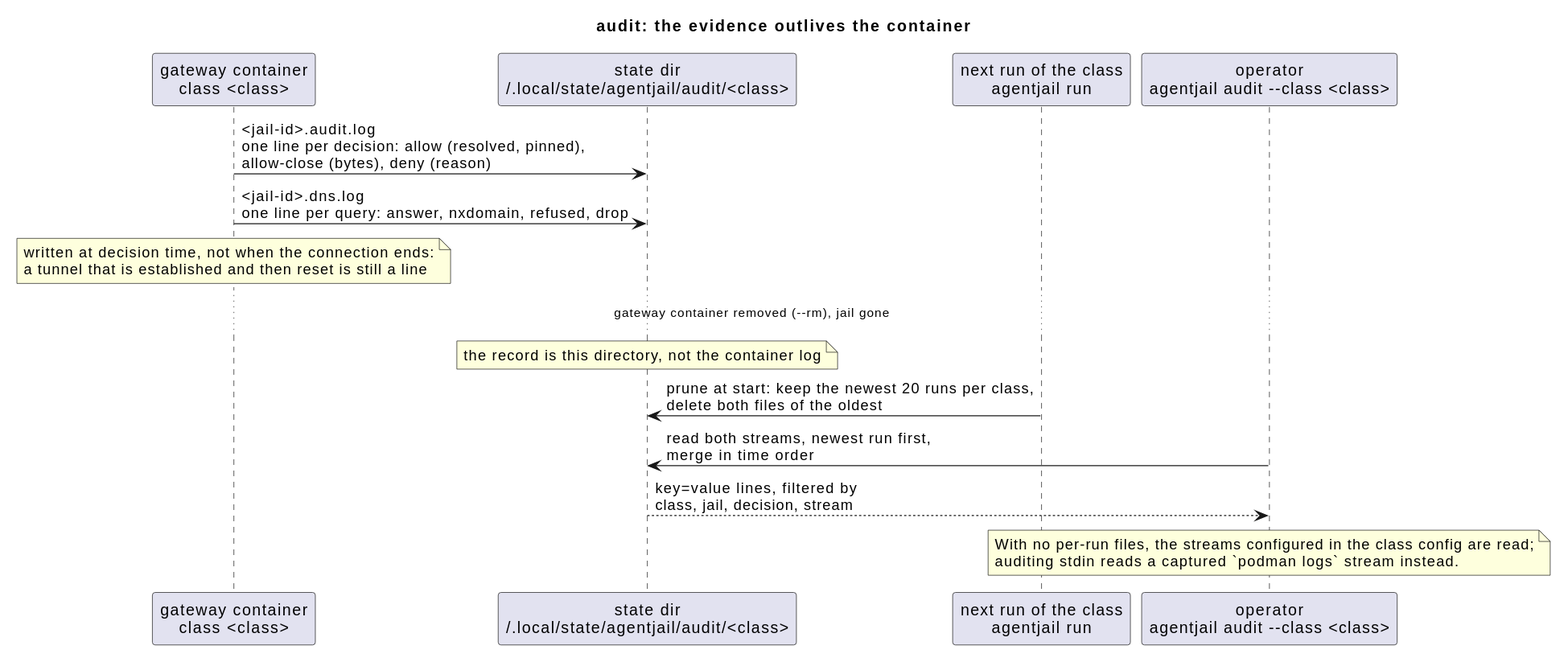
The PlantUML diagram docs/diagrams/audit-readback.svg in Breinich/agentjail, before a commit.
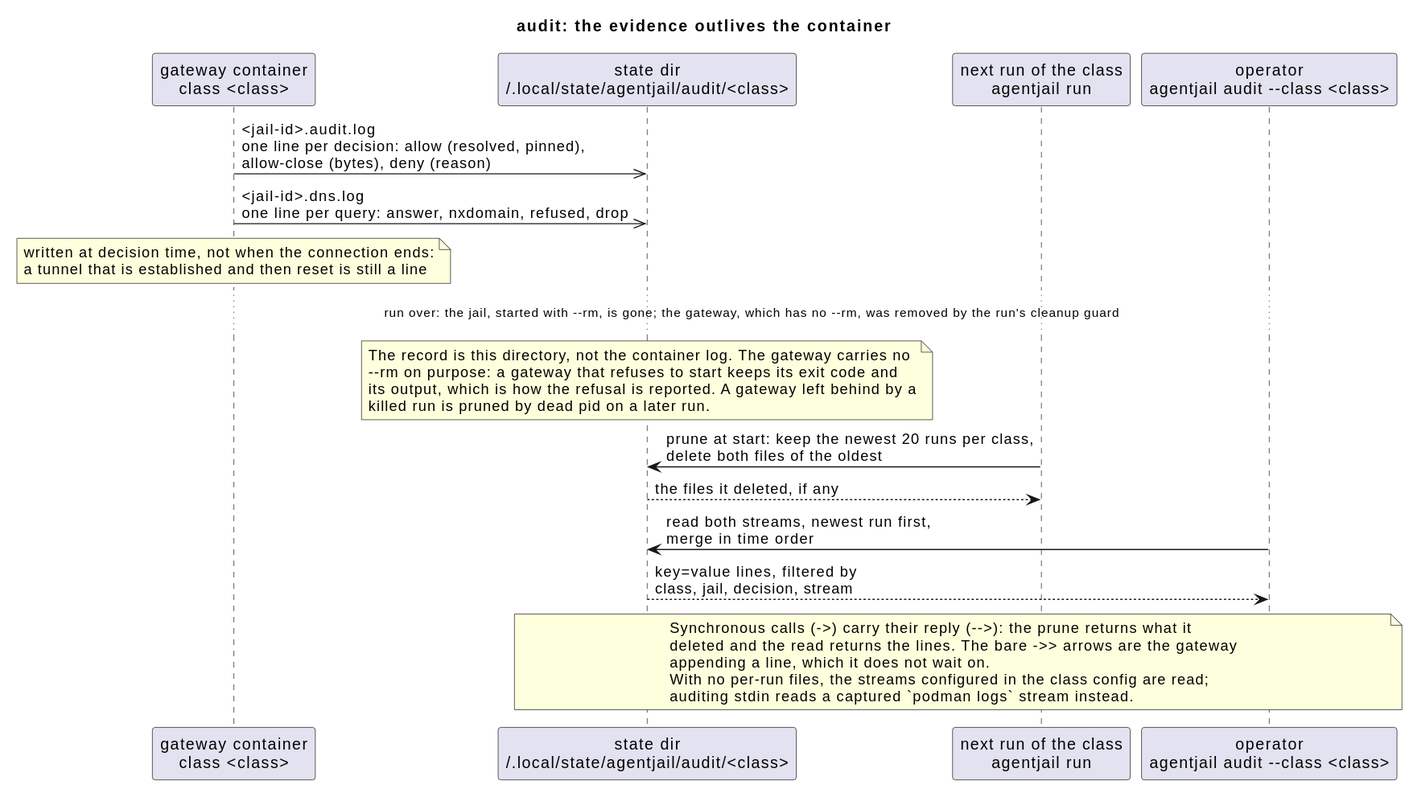
Above is the later version.

The edit, as a diff of the source:
```diff
@@ -6,15 +6,24 @@
 participant "next run of the class\nagentjail run" as R
 participant "operator\nagentjail audit &#45;&#45;class <class>" as A
 
-G -> S : <jail-id>.audit.log\none line per decision: allow (resolved, pinned),\nallow-close (bytes), deny (reason)
-G -> S : <jail-id>.dns.log\none line per query: answer, nxdomain, refused, drop
+G ->> S : <jail-id>.audit.log\none line per decision: allow (resolved, pinned),\nallow-close (bytes), deny (reason)
+G ->> S : <jail-id>.dns.log\none line per query: answer, nxdomain, refused, drop
 note over G : written at decision time, not when the connection ends:\na tunnel that is established and then reset is still a line
-... gateway container removed (&#45;&#45;rm), jail gone ...
-note over S : the record is this directory, not the container log
+... run over: the jail, started with &#45;&#45;rm, is gone; the gateway, which has no &#45;&#45;rm, was removed by the run's cleanup guard ...
+note over S
+  The record is this directory, not the container log. The gateway carries no
+  &#45;&#45;rm on purpose: a gateway that refuses to start keeps its exit code and
+  its output, which is how the refusal is reported. A gateway left behind by a
+  killed run is pruned by dead pid on a later run.
+end note
 R -> S : prune at start: keep the newest 20 runs per class,\ndelete both files of the oldest
+S --> R : the files it deleted, if any
 A -> S : read both streams, newest run first,\nmerge in time order
 S --> A : key=value lines, filtered by\nclass, jail, decision, stream
-note over A
+note over S, A
+  Synchronous calls (->) carry their reply (-->): the prune returns what it
+  deleted and the read returns the lines. The bare ->> arrows are the gateway
+  appending a line, which it does not wait on.
   With no per-run files, the streams configured in the class config are read;
   auditing stdin reads a captured `podman logs` stream instead.
 end note
```
